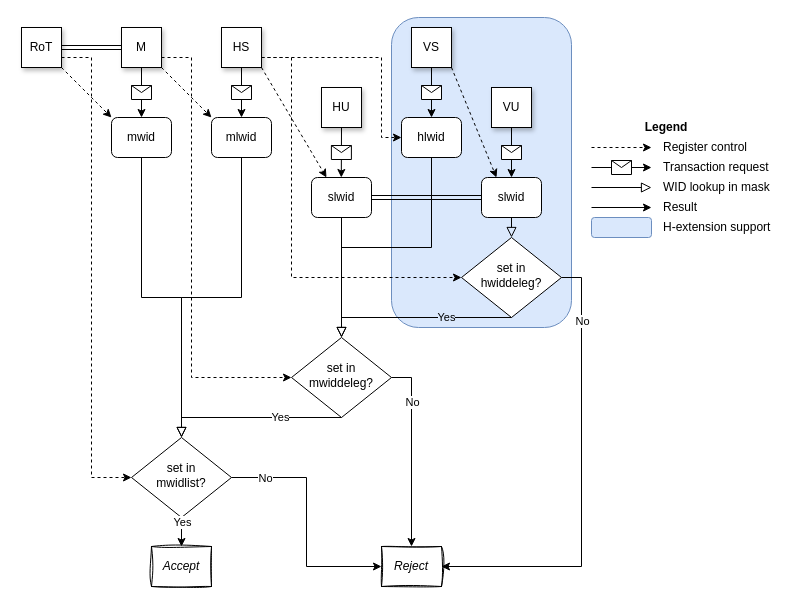
This is src/images/WG-V1.drawio from MIPS/riscv-partitioning, a draw.io file, before an edit. Source tidied: cells renumbered, new cells numbered last; positions are measured from the earlier drawing's top-left corner, leaving out a move shared by most shapes. Both pictures are drawn from the tidied source at 100%, with x=0, y=0 at pixel (21, 17).
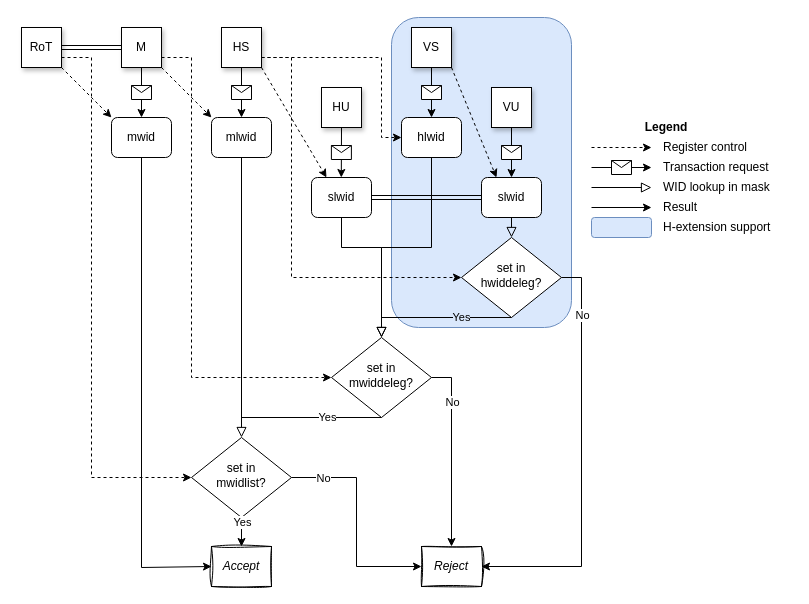
The same page after the edit.

Unchanged cells that the change refers to:
```xml
<mxCell id="4" value="HS" style="rounded=0;whiteSpace=wrap;html=1;fontSize=12;glass=0;strokeWidth=1;shadow=1;" parent="1" vertex="1">
  <mxGeometry x="200" y="10" width="40" height="40" as="geometry" />
</mxCell>
<mxCell id="6" value="mwid" style="rounded=1;whiteSpace=wrap;html=1;fontSize=12;glass=0;strokeWidth=1;shadow=0;fillColor=#FFFFFF;fillStyle=solid;" parent="1" vertex="1">
  <mxGeometry x="90" y="100" width="60" height="40" as="geometry" />
</mxCell>
<mxCell id="7" value="mlwid" style="rounded=1;whiteSpace=wrap;html=1;fontSize=12;glass=0;strokeWidth=1;shadow=0;" parent="1" vertex="1">
  <mxGeometry x="190" y="100" width="60" height="40" as="geometry" />
</mxCell>
<mxCell id="8" value="slwid" style="rounded=1;whiteSpace=wrap;html=1;fontSize=12;glass=0;strokeWidth=1;shadow=0;" parent="1" vertex="1">
  <mxGeometry x="290" y="160" width="60" height="40" as="geometry" />
</mxCell>
<mxCell id="46" value="hlwid" style="rounded=1;whiteSpace=wrap;html=1;fontSize=12;glass=0;strokeWidth=1;shadow=0;" parent="1" vertex="1">
  <mxGeometry x="380" y="100" width="60" height="40" as="geometry" />
</mxCell>
<mxCell id="56" value="set in&lt;br&gt;h&lt;span style=&quot;background-color: transparent; color: light-dark(rgb(0, 0, 0), rgb(255, 255, 255));&quot;&gt;widdeleg?&lt;/span&gt;" style="rhombus;whiteSpace=wrap;html=1;shadow=0;fontFamily=Helvetica;fontSize=12;align=center;strokeWidth=1;spacing=6;spacingTop=-4;" parent="1" vertex="1">
  <mxGeometry x="440" y="220" width="100" height="80" as="geometry" />
</mxCell>
```

What changed in the source:
```diff
@@
     <mxCell id="9" value="set in&lt;br&gt;mwidlist?" style="rhombus;whiteSpace=wrap;html=1;shadow=0;fontFamily=Helvetica;fontSize=12;align=center;strokeWidth=1;spacing=6;spacingTop=-4;" parent="1" vertex="1">
-      <mxGeometry x="110" y="420" width="100" height="80" as="geometry" />
+      <mxGeometry x="170" y="420" width="100" height="80" as="geometry" />
     </mxCell>
     <mxCell id="10" value="Accept" style="rounded=0;whiteSpace=wrap;html=1;fontSize=12;glass=0;strokeWidth=1;shadow=0;sketch=1;curveFitting=1;jiggle=2;fontStyle=2;" parent="1" vertex="1">
-      <mxGeometry x="130" y="529" width="60" height="40" as="geometry" />
+      <mxGeometry x="190" y="529" width="60" height="40" as="geometry" />
     </mxCell>
@@
     <mxCell id="13" value="set in&lt;br&gt;mwiddeleg?" style="rhombus;whiteSpace=wrap;html=1;shadow=0;fontFamily=Helvetica;fontSize=12;align=center;strokeWidth=1;spacing=6;spacingTop=-4;" parent="1" vertex="1">
-      <mxGeometry x="270" y="320" width="100" height="80" as="geometry" />
+      <mxGeometry x="310" y="320" width="100" height="80" as="geometry" />
     </mxCell>
-    <mxCell id="14" style="rounded=0;html=1;jettySize=auto;fontSize=11;endArrow=block;endFill=0;endSize=8;strokeWidth=1;shadow=0;labelBackgroundColor=none;edgeStyle=orthogonalEdgeStyle;exitX=0.5;exitY=1;exitDx=0;exitDy=0;" parent="1" edge="1" source="6" target="9">
-      <mxGeometry relative="1" as="geometry" />
-    </mxCell>
     <mxCell id="15" style="rounded=0;html=1;jettySize=auto;fontSize=11;endArrow=block;endFill=0;endSize=8;strokeWidth=1;shadow=0;labelBackgroundColor=none;edgeStyle=orthogonalEdgeStyle;exitX=0.5;exitY=1;exitDx=0;exitDy=0;" parent="1" edge="1" source="7">
       <mxGeometry relative="1" as="geometry">
-        <mxPoint x="160" y="420" as="targetPoint" />
+        <mxPoint x="220" y="420" as="targetPoint" />
         <Array as="points">
-          <mxPoint x="220" y="280" />
-          <mxPoint x="160" y="280" />
+          <mxPoint x="220" y="420" />
         </Array>
       </mxGeometry>
     </mxCell>
     <mxCell id="16" style="rounded=0;html=1;jettySize=auto;fontSize=11;endArrow=block;endFill=0;endSize=8;strokeWidth=1;shadow=0;labelBackgroundColor=none;edgeStyle=orthogonalEdgeStyle;exitX=0.5;exitY=1;exitDx=0;exitDy=0;entryX=0.5;entryY=0;entryDx=0;entryDy=0;" parent="1" edge="1" source="8" target="13">
-      <mxGeometry relative="1" as="geometry" />
+      <mxGeometry relative="1" as="geometry">
+        <Array as="points">
+          <mxPoint x="320" y="230" />
+          <mxPoint x="360" y="230" />
+        </Array>
+      </mxGeometry>
     </mxCell>
     <mxCell id="17" value="Reject" style="rounded=0;whiteSpace=wrap;html=1;fontSize=12;glass=0;strokeWidth=1;shadow=0;sketch=1;curveFitting=1;jiggle=2;fillColor=default;fontStyle=2;" parent="1" vertex="1">
-      <mxGeometry x="360" y="529" width="60" height="40" as="geometry" />
+      <mxGeometry x="400" y="529" width="60" height="40" as="geometry" />
     </mxCell>
@@
     <mxCell id="54" style="endArrow=classic;html=1;rounded=0;entryX=0;entryY=0.5;entryDx=0;entryDy=0;dashed=1;edgeStyle=elbowEdgeStyle;exitX=1;exitY=0.75;exitDx=0;exitDy=0;" parent="1" edge="1" source="4" target="46">
       <mxGeometry relative="1" as="geometry">
         <Array as="points">
           <mxPoint x="360" y="80" />
+          <mxPoint x="340" y="40" />
+          <mxPoint x="360" y="80" />
         </Array>
       </mxGeometry>
     </mxCell>
@@
     <mxCell id="60" style="endArrow=none;html=1;rounded=0;entryX=0.5;entryY=1;entryDx=0;entryDy=0;" parent="1" edge="1" target="13">
       <mxGeometry relative="1" as="geometry">
-        <mxPoint x="160" y="400" as="sourcePoint" />
+        <mxPoint x="220" y="400" as="sourcePoint" />
       </mxGeometry>
     </mxCell>
@@
-    <mxCell id="62" style="endArrow=none;html=1;rounded=0;entryX=0.5;entryY=1;entryDx=0;entryDy=0;" parent="1" edge="1" target="56">
+    <mxCell id="62" style="endArrow=none;html=1;rounded=0;" parent="1" edge="1">
       <mxGeometry relative="1" as="geometry">
-        <mxPoint x="320" y="300" as="sourcePoint" />
+        <mxPoint x="360" y="300" as="sourcePoint" />
+        <mxPoint x="490" y="300" as="targetPoint" />
       </mxGeometry>
     </mxCell>
@@
+    <mxCell id="68" style="endArrow=classic;html=1;rounded=0;exitX=0.5;exitY=1;exitDx=0;exitDy=0;entryX=0;entryY=0.5;entryDx=0;entryDy=0;" parent="1" edge="1" source="6" target="10">
+      <mxGeometry relative="1" as="geometry">
+        <Array as="points">
+          <mxPoint x="120" y="550" />
+        </Array>
+      </mxGeometry>
+    </mxCell>
```
